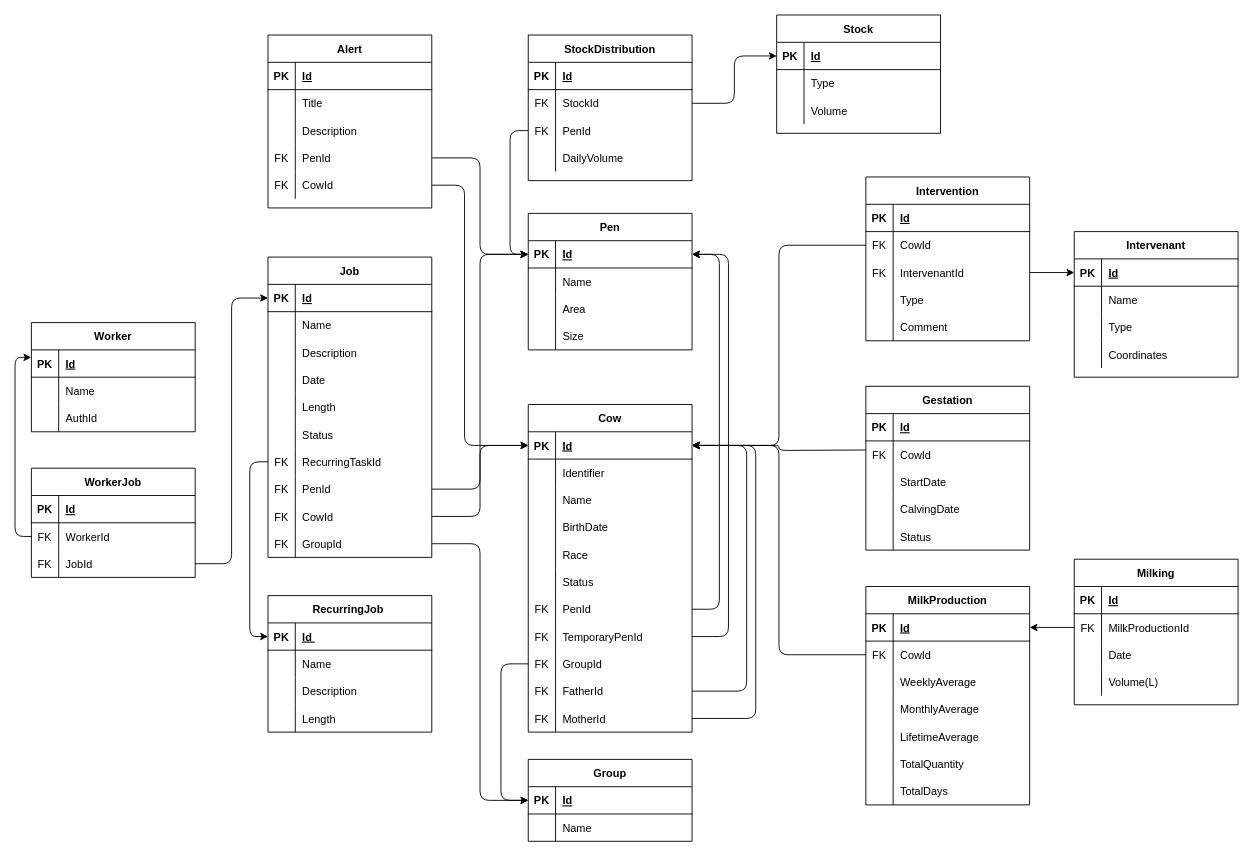
This is Schema_Relationnel.drawio from Djounna/Project_CattleManager, a draw.io file, before an edit. Source tidied: cells renumbered, new cells numbered last; positions are measured from the earlier drawing's top-left corner, leaving out a move shared by most shapes. Both pictures are drawn from the tidied source at 91%, with x=0, y=0 at pixel (15, 15).
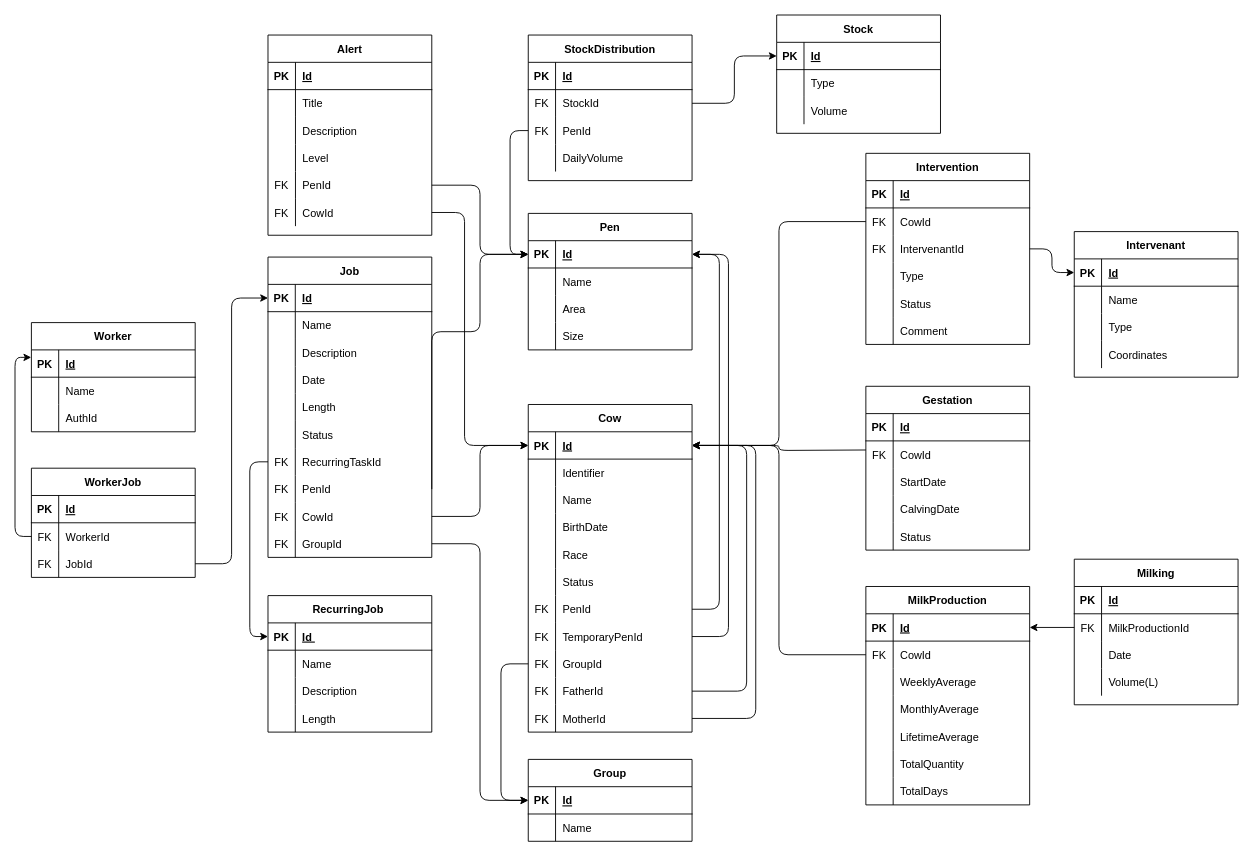
The same page after the edit.

Commit message:
#ANALYSIS Updated Relationnal Schema

Unchanged cells that the change refers to:
```xml
<mxCell id="57" style="shape=tableRow;horizontal=0;startSize=0;swimlaneHead=0;swimlaneBody=0;fillColor=none;points=[[0,0.5],[1,0.5]];portConstraint=eastwest;top=0;left=0;right=0;bottom=0;" parent="35" vertex="1">
  <mxGeometry y="240" width="180" height="30" as="geometry" />
</mxCell>
<mxCell id="69" style="shape=tableRow;horizontal=0;startSize=0;swimlaneHead=0;swimlaneBody=0;fillColor=none;points=[[0,0.5],[1,0.5]];portConstraint=eastwest;top=0;left=0;right=0;bottom=1;" parent="68" vertex="1">
  <mxGeometry y="30" width="180" height="30" as="geometry" />
</mxCell>
<mxCell id="105" style="shape=tableRow;horizontal=0;startSize=0;swimlaneHead=0;swimlaneBody=0;fillColor=none;points=[[0,0.5],[1,0.5]];portConstraint=eastwest;top=0;left=0;right=0;bottom=1;" parent="104" vertex="1">
  <mxGeometry y="30" width="180" height="30" as="geometry" />
</mxCell>
<mxCell id="187" style="shape=partialRectangle;fillColor=none;top=0;left=0;bottom=1;right=0;" parent="186" vertex="1">
  <mxGeometry y="30" width="180" height="30" as="geometry" />
</mxCell>
<mxCell id="190" style="shape=partialRectangle;fillColor=none;top=0;left=0;bottom=0;right=0;" parent="186" vertex="1">
  <mxGeometry y="60" width="180" height="30" as="geometry" />
</mxCell>
<mxCell id="193" style="shape=partialRectangle;fillColor=none;top=0;left=0;bottom=0;right=0;" parent="186" vertex="1">
  <mxGeometry y="90" width="180" height="30" as="geometry" />
</mxCell>
<mxCell id="196" style="shape=partialRectangle;fillColor=none;top=0;left=0;bottom=0;right=0;points=[[0,0.5],[1,0.5]];portConstraint=eastwest;" parent="186" vertex="1">
  <mxGeometry y="120" width="180" height="30" as="geometry" />
</mxCell>
```

What changed in the source:
```diff
@@
     <mxCell id="117" style="edgeStyle=orthogonalEdgeStyle;html=1;exitX=1;exitY=0.5;exitDx=0;exitDy=0;entryX=0;entryY=0.5;entryDx=0;entryDy=0;" parent="1" edge="1" source="57" target="105">
-      <mxGeometry relative="1" as="geometry" />
+      <mxGeometry relative="1" as="geometry">
+        <Array as="points">
+          <mxPoint x="458" y="348" />
+          <mxPoint x="511" y="348" />
+          <mxPoint x="511" y="263" />
+        </Array>
+      </mxGeometry>
     </mxCell>
@@
     <mxCell id="127" value="Intervention" style="shape=table;startSize=30;childLayout=tableLayout;rowLines=0;fontStyle=1;align=center;" parent="1" vertex="1">
-      <mxGeometry x="935" y="178" width="180" height="180" as="geometry" />
+      <mxGeometry x="935" y="152" width="180" height="210" as="geometry" />
     </mxCell>
@@
+    <mxCell id="259" style="shape=tableRow;horizontal=0;startSize=0;swimlaneHead=0;swimlaneBody=0;fillColor=none;top=0;left=0;right=0;bottom=0;" parent="127" vertex="1">
+      <mxGeometry y="150" width="180" height="30" as="geometry" />
+    </mxCell>
+    <mxCell id="260" style="shape=partialRectangle;fillColor=none;top=0;left=0;bottom=0;right=0;overflow=hidden;" parent="259" vertex="1">
+      <mxGeometry width="30" height="30" as="geometry" />
+    </mxCell>
+    <mxCell id="261" value="Status" style="shape=partialRectangle;fillColor=none;top=0;left=0;bottom=0;right=0;align=left;spacingLeft=6;overflow=hidden;" parent="259" vertex="1">
+      <mxGeometry x="30" width="150" height="30" as="geometry" />
+    </mxCell>
     <mxCell id="140" style="shape=tableRow;horizontal=0;startSize=0;swimlaneHead=0;swimlaneBody=0;fillColor=none;top=0;left=0;right=0;bottom=0;" parent="127" vertex="1">
-      <mxGeometry y="150" width="180" height="30" as="geometry" />
+      <mxGeometry y="180" width="180" height="30" as="geometry" />
     </mxCell>
@@
     <mxCell id="186" value="Alert" style="shape=table;startSize=30;childLayout=tableLayout;rowLines=0;fontStyle=1;align=center;" parent="1" vertex="1">
-      <mxGeometry x="278" y="22" width="180" height="190" as="geometry" />
+      <mxGeometry x="278" y="22" width="180" height="220" as="geometry" />
     </mxCell>
@@
     <mxCell id="188" value="PK" style="shape=partialRectangle;fillColor=none;top=0;left=0;bottom=0;right=0;fontStyle=1;overflow=hidden;" parent="187" vertex="1">
-      <mxGeometry width="30" height="30" as="geometry" />
+      <mxGeometry width="30.2" height="30" as="geometry" />
     </mxCell>
     <mxCell id="189" value="Id" style="shape=partialRectangle;fillColor=none;top=0;left=0;bottom=0;right=0;align=left;spacingLeft=6;fontStyle=5;overflow=hidden;" parent="187" vertex="1">
-      <mxGeometry x="30" width="150" height="30" as="geometry" />
+      <mxGeometry x="30.2" width="149.8" height="30" as="geometry" />
     </mxCell>
@@
     <mxCell id="191" style="shape=partialRectangle;fillColor=none;top=0;left=0;bottom=0;right=0;overflow=hidden;" parent="190" vertex="1">
-      <mxGeometry width="30" height="30" as="geometry" />
+      <mxGeometry width="30.2" height="30" as="geometry" />
     </mxCell>
     <mxCell id="192" value="Title" style="shape=partialRectangle;fillColor=none;top=0;left=0;bottom=0;right=0;align=left;spacingLeft=6;overflow=hidden;" parent="190" vertex="1">
-      <mxGeometry x="30" width="150" height="30" as="geometry" />
+      <mxGeometry x="30.2" width="149.8" height="30" as="geometry" />
     </mxCell>
@@
     <mxCell id="194" style="shape=partialRectangle;fillColor=none;top=0;left=0;bottom=0;right=0;overflow=hidden;" parent="193" vertex="1">
-      <mxGeometry width="30" height="30" as="geometry" />
+      <mxGeometry width="30.2" height="30" as="geometry" />
     </mxCell>
     <mxCell id="195" value="Description" style="shape=partialRectangle;fillColor=none;top=0;left=0;bottom=0;right=0;align=left;spacingLeft=6;overflow=hidden;" parent="193" vertex="1">
-      <mxGeometry x="30" width="150" height="30" as="geometry" />
+      <mxGeometry x="30.2" width="149.8" height="30" as="geometry" />
     </mxCell>
@@
-    <mxCell id="197" value="FK" style="shape=partialRectangle;fillColor=none;top=0;left=0;bottom=0;right=0;overflow=hidden;" parent="196" vertex="1">
-      <mxGeometry width="30" height="30" as="geometry" />
+    <mxCell id="197" style="shape=partialRectangle;fillColor=none;top=0;left=0;bottom=0;right=0;overflow=hidden;" parent="196" vertex="1">
+      <mxGeometry width="30.2" height="30" as="geometry" />
     </mxCell>
-    <mxCell id="198" value="PenId" style="shape=partialRectangle;fillColor=none;top=0;left=0;bottom=0;right=0;align=left;spacingLeft=6;overflow=hidden;" parent="196" vertex="1">
-      <mxGeometry x="30" width="150" height="30" as="geometry" />
+    <mxCell id="198" value="Level" style="shape=partialRectangle;fillColor=none;top=0;left=0;bottom=0;right=0;align=left;spacingLeft=6;overflow=hidden;" parent="196" vertex="1">
+      <mxGeometry x="30.2" width="149.8" height="30" as="geometry" />
     </mxCell>
+    <mxCell id="262" style="shape=partialRectangle;fillColor=none;top=0;left=0;bottom=0;right=0;points=[[0,0.5],[1,0.5]];portConstraint=eastwest;" parent="186" vertex="1">
+      <mxGeometry y="150" width="180" height="30" as="geometry" />
+    </mxCell>
+    <mxCell id="263" value="FK" style="shape=partialRectangle;fillColor=none;top=0;left=0;bottom=0;right=0;overflow=hidden;" parent="262" vertex="1">
+      <mxGeometry width="30.2" height="30" as="geometry" />
+    </mxCell>
+    <mxCell id="264" value="PenId" style="shape=partialRectangle;fillColor=none;top=0;left=0;bottom=0;right=0;align=left;spacingLeft=6;overflow=hidden;" parent="262" vertex="1">
+      <mxGeometry x="30.2" width="149.8" height="30" as="geometry" />
+    </mxCell>
     <mxCell id="199" style="shape=partialRectangle;fillColor=none;top=0;left=0;bottom=0;right=0;points=[[0,0.5],[1,0.5]];portConstraint=eastwest;" parent="186" vertex="1">
-      <mxGeometry y="150" width="180" height="30" as="geometry" />
+      <mxGeometry y="180" width="180" height="30" as="geometry" />
     </mxCell>
     <mxCell id="200" value="FK" style="shape=partialRectangle;fillColor=none;top=0;left=0;bottom=0;right=0;overflow=hidden;" parent="199" vertex="1">
-      <mxGeometry width="30" height="30" as="geometry" />
+      <mxGeometry width="30.2" height="30" as="geometry" />
     </mxCell>
     <mxCell id="201" value="CowId" style="shape=partialRectangle;fillColor=none;top=0;left=0;bottom=0;right=0;align=left;spacingLeft=6;overflow=hidden;" parent="199" vertex="1">
-      <mxGeometry x="30" width="150" height="30" as="geometry" />
+      <mxGeometry x="30.2" width="149.8" height="30" as="geometry" />
     </mxCell>
@@
-    <mxCell id="255" style="edgeStyle=orthogonalEdgeStyle;rounded=1;jettySize=auto;html=1;entryX=0;entryY=0.5;entryDx=0;entryDy=0;" parent="1" edge="1" source="196" target="105">
+    <mxCell id="255" style="edgeStyle=orthogonalEdgeStyle;rounded=1;jettySize=auto;html=1;entryX=0;entryY=0.5;entryDx=0;entryDy=0;exitX=1;exitY=0.5;exitDx=0;exitDy=0;" parent="1" edge="1" source="262" target="105">
       <mxGeometry relative="1" as="geometry" />
     </mxCell>
-    <mxCell id="256" style="edgeStyle=orthogonalEdgeStyle;rounded=1;jettySize=auto;html=1;entryX=0;entryY=0.5;entryDx=0;entryDy=0;" parent="1" edge="1" source="199" target="69">
+    <mxCell id="256" style="edgeStyle=orthogonalEdgeStyle;rounded=1;jettySize=auto;html=1;entryX=0;entryY=0.5;entryDx=0;entryDy=0;exitX=1;exitY=0.5;exitDx=0;exitDy=0;" parent="1" edge="1" source="199" target="69">
       <mxGeometry relative="1" as="geometry">
         <Array as="points">
-          <mxPoint x="494" y="187" />
+          <mxPoint x="494" y="217" />
           <mxPoint x="494" y="473" />
         </Array>
       </mxGeometry>
     </mxCell>
```
